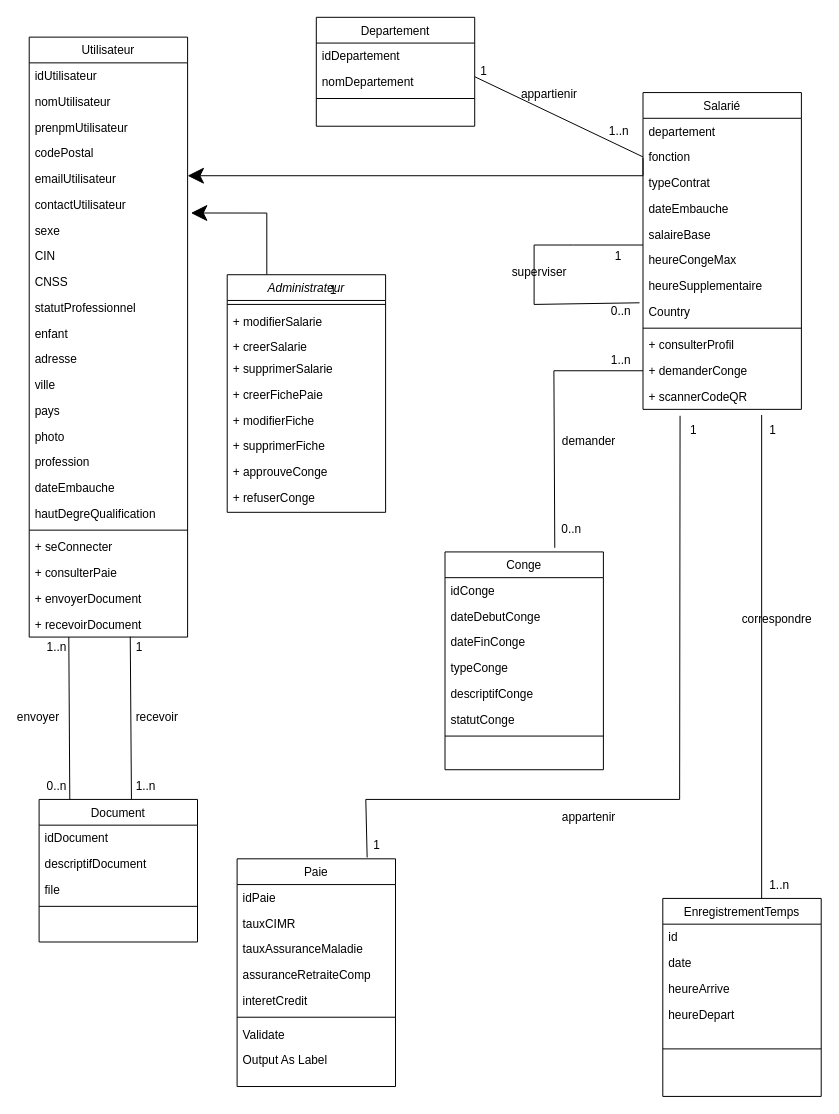
The draw.io diagram documents_importants/DiagrammeClasse.drawio in caleb9672/SOLUTECH, before the edit. Source tidied: cells renumbered, new cells numbered last; positions are measured from the earlier drawing's top-left corner, leaving out a move shared by most shapes. Both pictures are drawn from the tidied source at 99%, with x=0, y=0 at pixel (19, 17).
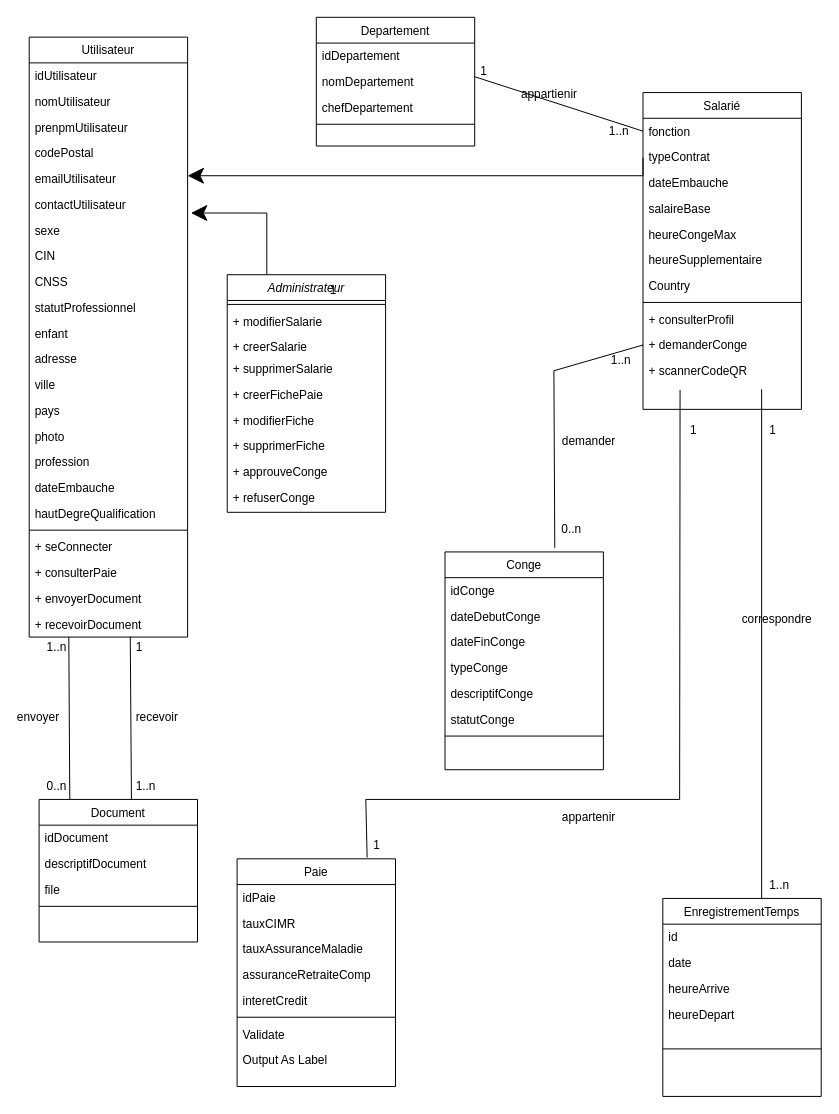
Above is the later version.

Unchanged cells that the change refers to:
```xml
<mxCell id="14" value="Salarié" style="swimlane;fontStyle=0;align=center;verticalAlign=top;horizontal=1;startSize=26;rounded=0;shadow=0;strokeWidth=1;" parent="1" vertex="1">
  <mxGeometry x="630" y="76" width="160" height="320" as="geometry" />
</mxCell>
```

The edit, as a diff of the source:
```diff
@@
-    <mxCell id="15" value="departement" style="text;align=left;verticalAlign=top;spacingLeft=4;spacingRight=4;overflow=hidden;" parent="14" vertex="1">
-      <mxGeometry y="26" width="160" height="26" as="geometry" />
-    </mxCell>
     <mxCell id="16" value="fonction" style="text;align=left;verticalAlign=top;spacingLeft=4;spacingRight=4;overflow=hidden;points=[[0,0.5],[1,0.5]];portConstraint=eastwest;rounded=0;shadow=0;html=0;" parent="14" vertex="1">
-      <mxGeometry y="52" width="160" height="26" as="geometry" />
+      <mxGeometry y="26" width="160" height="26" as="geometry" />
     </mxCell>
     <mxCell id="17" value="typeContrat" style="text;align=left;verticalAlign=top;spacingLeft=4;spacingRight=4;overflow=hidden;rounded=0;shadow=0;html=0;" parent="14" vertex="1">
-      <mxGeometry y="78" width="160" height="26" as="geometry" />
+      <mxGeometry y="52" width="160" height="26" as="geometry" />
     </mxCell>
     <mxCell id="18" value="dateEmbauche" style="text;align=left;verticalAlign=top;spacingLeft=4;spacingRight=4;overflow=hidden;rounded=0;shadow=0;html=0;" parent="14" vertex="1">
-      <mxGeometry y="104" width="160" height="26" as="geometry" />
+      <mxGeometry y="78" width="160" height="26" as="geometry" />
     </mxCell>
     <mxCell id="19" value="salaireBase" style="text;align=left;verticalAlign=top;spacingLeft=4;spacingRight=4;overflow=hidden;rounded=0;shadow=0;html=0;" parent="14" vertex="1">
-      <mxGeometry y="130" width="160" height="26" as="geometry" />
+      <mxGeometry y="104" width="160" height="26" as="geometry" />
     </mxCell>
     <mxCell id="20" value="heureCongeMax" style="text;align=left;verticalAlign=top;spacingLeft=4;spacingRight=4;overflow=hidden;rounded=0;shadow=0;html=0;" parent="14" vertex="1">
-      <mxGeometry y="156" width="160" height="26" as="geometry" />
+      <mxGeometry y="130" width="160" height="26" as="geometry" />
     </mxCell>
     <mxCell id="21" value="heureSupplementaire" style="text;align=left;verticalAlign=top;spacingLeft=4;spacingRight=4;overflow=hidden;rounded=0;shadow=0;html=0;" parent="14" vertex="1">
-      <mxGeometry y="182" width="160" height="26" as="geometry" />
+      <mxGeometry y="156" width="160" height="26" as="geometry" />
     </mxCell>
     <mxCell id="22" value="Country" style="text;align=left;verticalAlign=top;spacingLeft=4;spacingRight=4;overflow=hidden;points=[[0,0.5],[1,0.5]];portConstraint=eastwest;rounded=0;shadow=0;html=0;" parent="14" vertex="1">
-      <mxGeometry y="208" width="160" height="26" as="geometry" />
+      <mxGeometry y="182" width="160" height="26" as="geometry" />
     </mxCell>
     <mxCell id="23" style="line;html=1;strokeWidth=1;align=left;verticalAlign=middle;spacingTop=-1;spacingLeft=3;spacingRight=3;labelPosition=right;" parent="14" vertex="1">
-      <mxGeometry y="234" width="160" height="8" as="geometry" />
+      <mxGeometry y="208" width="160" height="8" as="geometry" />
     </mxCell>
     <mxCell id="24" value="+ consulterProfil" style="text;align=left;verticalAlign=top;spacingLeft=4;spacingRight=4;overflow=hidden;" parent="14" vertex="1">
-      <mxGeometry y="242" width="160" height="26" as="geometry" />
+      <mxGeometry y="216" width="160" height="26" as="geometry" />
     </mxCell>
     <mxCell id="25" value="+ demanderConge" style="text;align=left;verticalAlign=top;spacingLeft=4;spacingRight=4;overflow=hidden;points=[[0,0.5],[1,0.5]];portConstraint=eastwest;" parent="14" vertex="1">
-      <mxGeometry y="268" width="160" height="26" as="geometry" />
+      <mxGeometry y="242" width="160" height="26" as="geometry" />
     </mxCell>
     <mxCell id="26" value="+ scannerCodeQR" style="text;align=left;verticalAlign=top;spacingLeft=4;spacingRight=4;overflow=hidden;points=[[0,0.5],[1,0.5]];portConstraint=eastwest;" parent="14" vertex="1">
-      <mxGeometry y="294" width="160" height="26" as="geometry" />
+      <mxGeometry y="268" width="160" height="26" as="geometry" />
     </mxCell>
@@
     <mxCell id="44" value="Departement" style="swimlane;fontStyle=0;align=center;verticalAlign=top;horizontal=1;startSize=26;rounded=0;shadow=0;strokeWidth=1;" parent="1" vertex="1">
-      <mxGeometry x="300" width="160" height="110" as="geometry" />
+      <mxGeometry x="300" width="160" height="130" as="geometry" />
     </mxCell>
@@
+    <mxCell id="112" value="nomDepartement" style="text;align=left;verticalAlign=top;spacingLeft=4;spacingRight=4;overflow=hidden;rounded=0;shadow=0;html=0;" parent="44" vertex="1">
+      <mxGeometry y="52" width="160" height="26" as="geometry" />
+    </mxCell>
-    <mxCell id="46" value="nomDepartement" style="text;align=left;verticalAlign=top;spacingLeft=4;spacingRight=4;overflow=hidden;rounded=0;shadow=0;html=0;" parent="44" vertex="1">
-      <mxGeometry y="52" width="160" height="26" as="geometry" />
+    <mxCell id="46" value="chefDepartement" style="text;align=left;verticalAlign=top;spacingLeft=4;spacingRight=4;overflow=hidden;rounded=0;shadow=0;html=0;" parent="44" vertex="1">
+      <mxGeometry y="78" width="160" height="26" as="geometry" />
     </mxCell>
     <mxCell id="47" style="line;html=1;strokeWidth=1;align=left;verticalAlign=middle;spacingTop=-1;spacingLeft=3;spacingRight=3;labelPosition=right;" parent="44" vertex="1">
-      <mxGeometry y="78" width="160" height="8" as="geometry" />
+      <mxGeometry y="104" width="160" height="8" as="geometry" />
     </mxCell>
@@
-    <mxCell id="73" value="superviser" style="text;html=1;align=center;verticalAlign=middle;labelBackgroundColor=none;rounded=0;shadow=0;strokeWidth=1;fontSize=12;" parent="1" vertex="1">
-      <mxGeometry x="320" y="210" as="geometry">
-        <mxPoint x="204" y="47" as="offset" />
-      </mxGeometry>
-    </mxCell>
-    <mxCell id="74" style="endArrow=none;html=1;rounded=0;exitX=-0.022;exitY=0.167;exitDx=0;exitDy=0;exitPerimeter=0;" parent="1" edge="1" source="22">
-      <mxGeometry relative="1" as="geometry">
-        <mxPoint x="630" y="230" as="targetPoint" />
-        <Array as="points">
-          <mxPoint x="520" y="290" />
-          <mxPoint x="520" y="230" />
-          <mxPoint x="560" y="230" />
-        </Array>
-      </mxGeometry>
-    </mxCell>
@@
-    <mxCell id="81" value="1" style="align=left;verticalAlign=bottom;labelBackgroundColor=none;fontSize=12;" parent="1" vertex="1">
-      <mxGeometry x="600" y="250" as="geometry" />
-    </mxCell>
-    <mxCell id="82" value="0..n" style="align=left;verticalAlign=bottom;labelBackgroundColor=none;fontSize=12;direction=south;" parent="1" vertex="1">
-      <mxGeometry x="600" y="310" as="geometry">
-        <mxPoint x="-4" y="-5" as="offset" />
-      </mxGeometry>
-    </mxCell>
```
